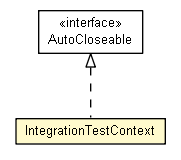
trajano/app keeps this Graphviz diagram as apidocs/net/trajano/app/it/IntegrationTestContext.png. Above is the earlier version. Its source is kept beside it as apidocs/net/trajano/app/it/IntegrationTestContext.dot.
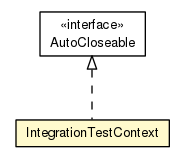
After the change.

Diff of the diagram source:
```diff
@@ -1,19 +1,19 @@
 
 digraph G {
-	edge [fontname="arial",fontsize=10,labelfontname="arial",labelfontsize=10];
-	node [fontname="arial",fontsize=10,shape=plaintext];
+	edge [fontname="Helvetica",fontsize=10,labelfontname="Helvetica",labelfontsize=10];
+	node [fontname="Helvetica",fontsize=10,shape=plaintext];
 	nodesep=0.25;
 	ranksep=0.5;
-	c552 [label=<<table title="net.trajano.app.it.IntegrationTestContext" border="0" cellborder="1" cellspacing="0" cellpadding="2" port="p" bgcolor="lemonChiffon" href="./IntegrationTestContext.html">
+	c572 [label=<<table title="net.trajano.app.it.IntegrationTestContext" border="0" cellborder="1" cellspacing="0" cellpadding="2" port="p" bgcolor="lemonChiffon" href="./IntegrationTestContext.html">
 		<tr><td><table border="0" cellspacing="0" cellpadding="1">
 <tr><td align="center" balign="center"> IntegrationTestContext </td></tr>
 		</table></td></tr>
-		</table>>, URL="./IntegrationTestContext.html", fontname="arial", fontcolor="black", fontsize=10.0];
-	c553:p -> c552:p [dir=back,arrowtail=empty,style=dashed];
-	c553 [label=<<table title="java.lang.AutoCloseable" border="0" cellborder="1" cellspacing="0" cellpadding="2" port="p" href="http://java.sun.com/j2se/1.4.2/docs/api/java/lang/AutoCloseable.html">
+		</table>>, URL="./IntegrationTestContext.html", fontname="Helvetica", fontcolor="black", fontsize=10.0];
+	c573:p -> c572:p [dir=back,arrowtail=empty,style=dashed];
+	c573 [label=<<table title="java.lang.AutoCloseable" border="0" cellborder="1" cellspacing="0" cellpadding="2" port="p" href="http://java.sun.com/j2se/1.4.2/docs/api/java/lang/AutoCloseable.html">
 		<tr><td><table border="0" cellspacing="0" cellpadding="1">
 <tr><td align="center" balign="center"> &#171;interface&#187; </td></tr>
 <tr><td align="center" balign="center"> AutoCloseable </td></tr>
 		</table></td></tr>
-		</table>>, URL="http://java.sun.com/j2se/1.4.2/docs/api/java/lang/AutoCloseable.html", fontname="arial", fontcolor="black", fontsize=10.0];
+		</table>>, URL="http://java.sun.com/j2se/1.4.2/docs/api/java/lang/AutoCloseable.html", fontname="Helvetica", fontcolor="black", fontsize=10.0];
 }
```
